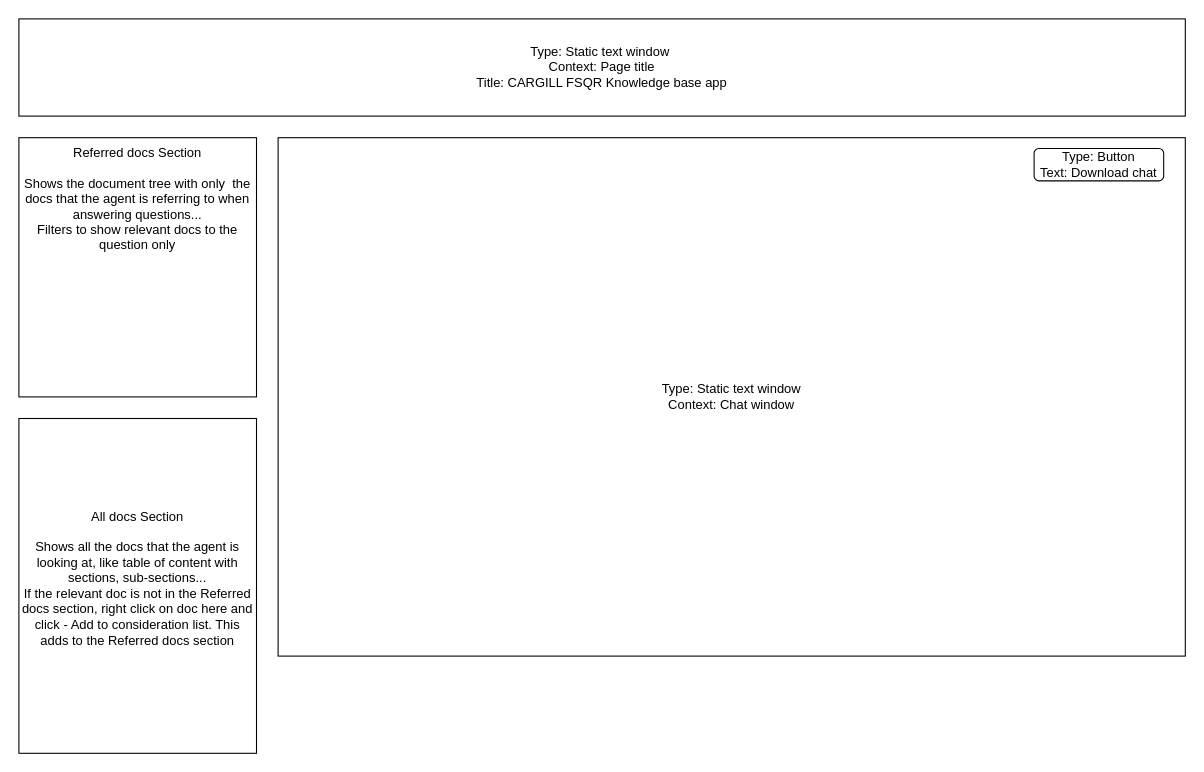
Before: page "Page-10" (10 of 10) of My tech job description.drawio in bejoyjon/Miscelleaneous_documentation, a draw.io diagram. Source tidied: cells renumbered, new cells numbered last; positions are measured from the earlier drawing's top-left corner, leaving out a move shared by most shapes. Both pictures are drawn from the tidied source at 108%, with x=0, y=0 at pixel (18, 18).
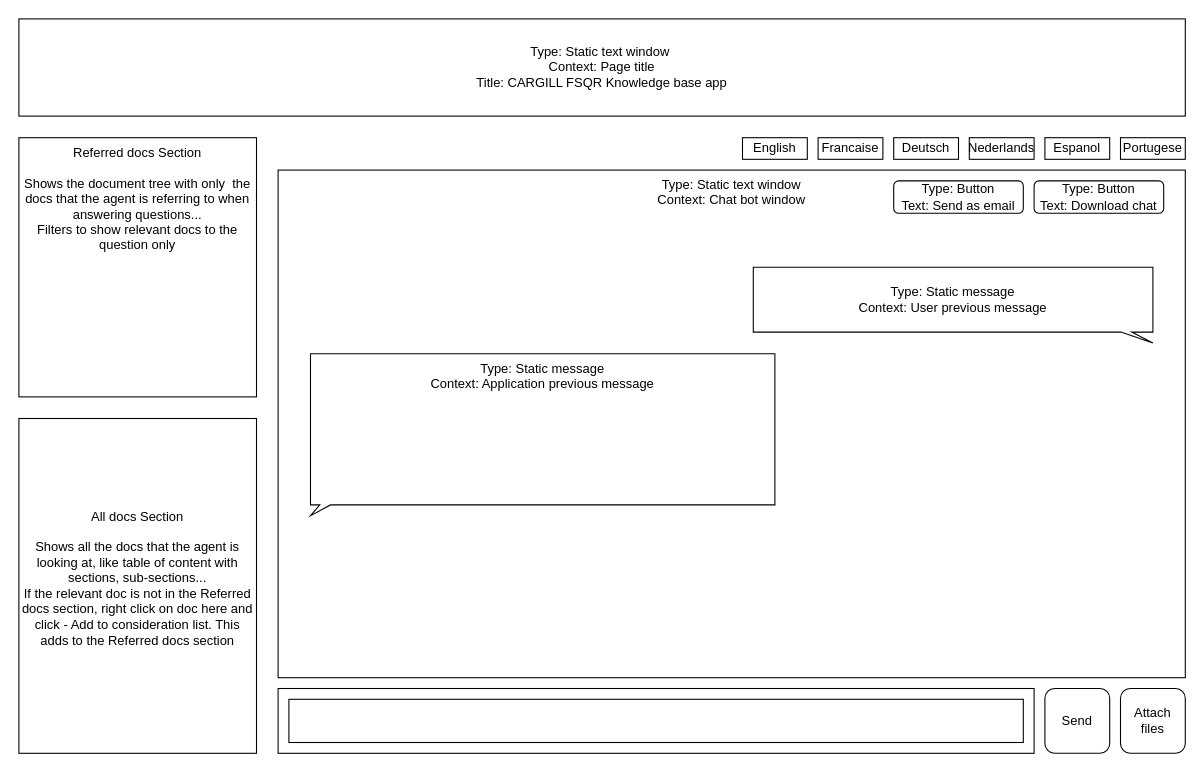
The same diagram, later.

The edit, as a diff of the source:
```diff
@@
 <mxGraphModel>
   <root>
     <mxCell id="0" />
     <mxCell id="1" parent="0" />
     <mxCell id="2" value="Referred docs Section&lt;div&gt;&lt;br&gt;&lt;/div&gt;&lt;div&gt;&lt;div&gt;Shows the document tree with only&amp;nbsp; the docs that the agent is referring to when answering questions...&lt;/div&gt;&lt;/div&gt;&lt;div&gt;Filters to show relevant docs to the question only&lt;/div&gt;&lt;div&gt;&lt;br&gt;&lt;/div&gt;" style="rounded=0;whiteSpace=wrap;html=1;verticalAlign=top;" parent="1" vertex="1">
       <mxGeometry y="110" width="220" height="240" as="geometry" />
     </mxCell>
     <mxCell id="3" value="All docs Section&lt;div&gt;&lt;br&gt;&lt;/div&gt;&lt;div&gt;&lt;div&gt;Shows all the docs that the agent is looking at, like table of content with sections, sub-sections...&lt;/div&gt;&lt;/div&gt;&lt;div&gt;If the relevant doc is not in the Referred docs section, right click on doc here and click - Add to consideration list. This adds to the Referred docs section&lt;/div&gt;&lt;div&gt;&lt;br&gt;&lt;/div&gt;" style="rounded=0;whiteSpace=wrap;html=1;" parent="1" vertex="1">
       <mxGeometry y="370" width="220" height="310" as="geometry" />
     </mxCell>
     <mxCell id="4" value="Type: Static text window&amp;nbsp;&lt;div&gt;Context: Page title&lt;br&gt;&lt;div&gt;Title: CARGILL FSQR Knowledge base app&lt;/div&gt;&lt;/div&gt;" style="rounded=0;whiteSpace=wrap;html=1;" parent="1" vertex="1">
       <mxGeometry width="1080" height="90" as="geometry" />
     </mxCell>
-    <mxCell id="5" value="Type: Static text window&lt;div&gt;Context: Chat window&lt;/div&gt;" style="rounded=0;whiteSpace=wrap;html=1;" parent="1" vertex="1">
-      <mxGeometry x="240" y="110" width="840" height="480" as="geometry" />
+    <mxCell id="5" value="Type: Static text window&lt;div&gt;Context: Chat bot window&lt;/div&gt;" style="rounded=0;whiteSpace=wrap;html=1;verticalAlign=top;" parent="1" vertex="1">
+      <mxGeometry x="240" y="140" width="840" height="470" as="geometry" />
     </mxCell>
     <mxCell id="6" value="Type: Button&lt;div&gt;Text: Download chat&lt;/div&gt;" style="rounded=1;whiteSpace=wrap;html=1;" parent="1" vertex="1">
-      <mxGeometry x="940" y="120" width="120" height="30" as="geometry" />
+      <mxGeometry x="940" y="150" width="120" height="30" as="geometry" />
     </mxCell>
+    <mxCell id="7" value="English" style="rounded=0;whiteSpace=wrap;html=1;" parent="1" vertex="1">
+      <mxGeometry x="670" y="110" width="60" height="20" as="geometry" />
+    </mxCell>
+    <mxCell id="8" value="Francaise" style="rounded=0;whiteSpace=wrap;html=1;" parent="1" vertex="1">
+      <mxGeometry x="740" y="110" width="60" height="20" as="geometry" />
+    </mxCell>
+    <mxCell id="9" value="Deutsch" style="rounded=0;whiteSpace=wrap;html=1;" parent="1" vertex="1">
+      <mxGeometry x="810" y="110" width="60" height="20" as="geometry" />
+    </mxCell>
+    <mxCell id="10" value="Nederlands" style="rounded=0;whiteSpace=wrap;html=1;" parent="1" vertex="1">
+      <mxGeometry x="880" y="110" width="60" height="20" as="geometry" />
+    </mxCell>
+    <mxCell id="11" value="Espanol" style="rounded=0;whiteSpace=wrap;html=1;" parent="1" vertex="1">
+      <mxGeometry x="950" y="110" width="60" height="20" as="geometry" />
+    </mxCell>
+    <mxCell id="12" value="Portugese" style="rounded=0;whiteSpace=wrap;html=1;" parent="1" vertex="1">
+      <mxGeometry x="1020" y="110" width="60" height="20" as="geometry" />
+    </mxCell>
+    <mxCell id="13" style="rounded=0;whiteSpace=wrap;html=1;" parent="1" vertex="1">
+      <mxGeometry x="240" y="620" width="700" height="60" as="geometry" />
+    </mxCell>
+    <mxCell id="14" style="rounded=0;whiteSpace=wrap;html=1;" parent="1" vertex="1">
+      <mxGeometry x="250" y="630" width="680" height="40" as="geometry" />
+    </mxCell>
+    <mxCell id="15" value="Send" style="rounded=1;whiteSpace=wrap;html=1;" parent="1" vertex="1">
+      <mxGeometry x="950" y="620" width="60" height="60" as="geometry" />
+    </mxCell>
+    <mxCell id="16" value="Attach files" style="rounded=1;whiteSpace=wrap;html=1;" parent="1" vertex="1">
+      <mxGeometry x="1020" y="620" width="60" height="60" as="geometry" />
+    </mxCell>
+    <mxCell id="17" value="Type: Static message&lt;div&gt;Context: User previous message&lt;/div&gt;" style="shape=callout;whiteSpace=wrap;html=1;perimeter=calloutPerimeter;base=10;size=10;position=0.92;position2=1;" parent="1" vertex="1">
+      <mxGeometry x="680" y="230" width="370" height="70" as="geometry" />
+    </mxCell>
+    <mxCell id="18" value="Type: Static message&lt;div&gt;Context: Application previous message&lt;/div&gt;" style="shape=callout;whiteSpace=wrap;html=1;perimeter=calloutPerimeter;base=10;size=10;position=0.02;position2=0;verticalAlign=top;" parent="1" vertex="1">
+      <mxGeometry x="270" y="310" width="430" height="150" as="geometry" />
+    </mxCell>
+    <mxCell id="19" value="Type: Button&lt;div&gt;Text: Send as email&lt;/div&gt;" style="rounded=1;whiteSpace=wrap;html=1;" parent="1" vertex="1">
+      <mxGeometry x="810" y="150" width="120" height="30" as="geometry" />
+    </mxCell>
   </root>
 </mxGraphModel>
```
